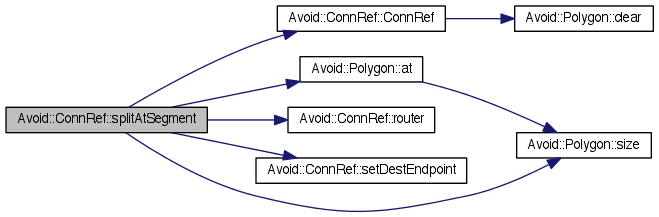
Before: documentation/classAvoid_1_1ConnRef_a372f58a93c0296814de8d4a3075ad5e4_cgraph.png, a diagram exported from Graphviz (mjwybrow/adaptagrams). Its source is kept beside it as documentation/classAvoid_1_1ConnRef_a372f58a93c0296814de8d4a3075ad5e4_cgraph.dot. Its diagram source:
```dot
digraph "Avoid::ConnRef::splitAtSegment"
{
  edge [fontname="Helvetica",fontsize="10",labelfontname="Helvetica",labelfontsize="10"];
  node [fontname="Helvetica",fontsize="10",shape=record];
  rankdir="LR";
  Node1 [label="Avoid::ConnRef::splitAtSegment",height=0.2,width=0.4,color="black", fillcolor="grey75", style="filled" fontcolor="black"];
  Node1 -> Node2 [color="midnightblue",fontsize="10",style="solid",fontname="Helvetica"];
  Node2 [label="Avoid::Polygon::at",height=0.2,width=0.4,color="black", fillcolor="white", style="filled",URL="$classAvoid_1_1Polygon.html#a4980ff614840f746cc539a021128fc96",tooltip="Returns a specific point in the polygon."];
  Node2 -> Node3 [color="midnightblue",fontsize="10",style="solid",fontname="Helvetica"];
  Node3 [label="Avoid::Polygon::size",height=0.2,width=0.4,color="black", fillcolor="white", style="filled",URL="$classAvoid_1_1Polygon.html#a58c011bded47396fb1bbda2c1eeb9552",tooltip="Returns the number of points in this polygon."];
  Node1 -> Node4 [color="midnightblue",fontsize="10",style="solid",fontname="Helvetica"];
  Node4 [label="Avoid::ConnRef::ConnRef",height=0.2,width=0.4,color="black", fillcolor="white", style="filled",URL="$classAvoid_1_1ConnRef.html#a2e08b9bb04ccf383700487932f13c980",tooltip="Constructs a connector with no endpoints specified."];
  Node4 -> Node5 [color="midnightblue",fontsize="10",style="solid",fontname="Helvetica"];
  Node5 [label="Avoid::Polygon::clear",height=0.2,width=0.4,color="black", fillcolor="white", style="filled",URL="$classAvoid_1_1Polygon.html#aae0e8e58b2f358ec3f203a5e6485c660",tooltip="Resets this to the empty polygon."];
  Node1 -> Node6 [color="midnightblue",fontsize="10",style="solid",fontname="Helvetica"];
  Node6 [label="Avoid::ConnRef::router",height=0.2,width=0.4,color="black", fillcolor="white", style="filled",URL="$classAvoid_1_1ConnRef.html#afdf38806b8b56e43300646a7db58443a",tooltip="Returns a pointer to the router scene this connector is in."];
  Node1 -> Node7 [color="midnightblue",fontsize="10",style="solid",fontname="Helvetica"];
  Node7 [label="Avoid::ConnRef::setDestEndpoint",height=0.2,width=0.4,color="black", fillcolor="white", style="filled",URL="$classAvoid_1_1ConnRef.html#a7b216c9aa42811f1f2786adbda84f02e",tooltip="Sets just a new destination endpoint for this connector."];
  Node1 -> Node3 [color="midnightblue",fontsize="10",style="solid",fontname="Helvetica"];
}
```
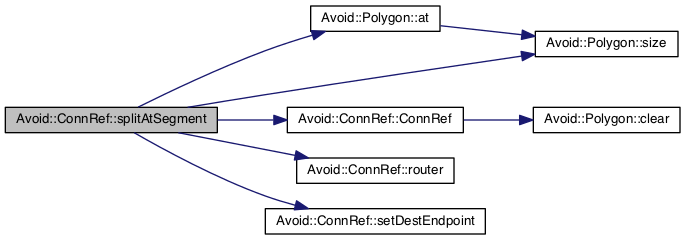
After the change.

What changed in the source:
```diff
@@ -3,18 +3,18 @@
   edge [fontname="Helvetica",fontsize="10",labelfontname="Helvetica",labelfontsize="10"];
   node [fontname="Helvetica",fontsize="10",shape=record];
   rankdir="LR";
-  Node1 [label="Avoid::ConnRef::splitAtSegment",height=0.2,width=0.4,color="black", fillcolor="grey75", style="filled" fontcolor="black"];
+  Node1 [label="Avoid::ConnRef::splitAtSegment",height=0.2,width=0.4,color="black", fillcolor="grey75", style="filled", fontcolor="black"];
   Node1 -> Node2 [color="midnightblue",fontsize="10",style="solid",fontname="Helvetica"];
-  Node2 [label="Avoid::Polygon::at",height=0.2,width=0.4,color="black", fillcolor="white", style="filled",URL="$classAvoid_1_1Polygon.html#a4980ff614840f746cc539a021128fc96",tooltip="Returns a specific point in the polygon."];
+  Node2 [label="Avoid::Polygon::at",height=0.2,width=0.4,color="black", fillcolor="white", style="filled",URL="$classAvoid_1_1Polygon.html#a4980ff614840f746cc539a021128fc96",tooltip="Returns a specific point in the polygon. "];
   Node2 -> Node3 [color="midnightblue",fontsize="10",style="solid",fontname="Helvetica"];
-  Node3 [label="Avoid::Polygon::size",height=0.2,width=0.4,color="black", fillcolor="white", style="filled",URL="$classAvoid_1_1Polygon.html#a58c011bded47396fb1bbda2c1eeb9552",tooltip="Returns the number of points in this polygon."];
+  Node3 [label="Avoid::Polygon::size",height=0.2,width=0.4,color="black", fillcolor="white", style="filled",URL="$classAvoid_1_1Polygon.html#a58c011bded47396fb1bbda2c1eeb9552",tooltip="Returns the number of points in this polygon. "];
   Node1 -> Node4 [color="midnightblue",fontsize="10",style="solid",fontname="Helvetica"];
-  Node4 [label="Avoid::ConnRef::ConnRef",height=0.2,width=0.4,color="black", fillcolor="white", style="filled",URL="$classAvoid_1_1ConnRef.html#a2e08b9bb04ccf383700487932f13c980",tooltip="Constructs a connector with no endpoints specified."];
+  Node4 [label="Avoid::ConnRef::ConnRef",height=0.2,width=0.4,color="black", fillcolor="white", style="filled",URL="$classAvoid_1_1ConnRef.html#a2e08b9bb04ccf383700487932f13c980",tooltip="Constructs a connector with no endpoints specified. "];
   Node4 -> Node5 [color="midnightblue",fontsize="10",style="solid",fontname="Helvetica"];
-  Node5 [label="Avoid::Polygon::clear",height=0.2,width=0.4,color="black", fillcolor="white", style="filled",URL="$classAvoid_1_1Polygon.html#aae0e8e58b2f358ec3f203a5e6485c660",tooltip="Resets this to the empty polygon."];
+  Node5 [label="Avoid::Polygon::clear",height=0.2,width=0.4,color="black", fillcolor="white", style="filled",URL="$classAvoid_1_1Polygon.html#aae0e8e58b2f358ec3f203a5e6485c660",tooltip="Resets this to the empty polygon. "];
   Node1 -> Node6 [color="midnightblue",fontsize="10",style="solid",fontname="Helvetica"];
-  Node6 [label="Avoid::ConnRef::router",height=0.2,width=0.4,color="black", fillcolor="white", style="filled",URL="$classAvoid_1_1ConnRef.html#afdf38806b8b56e43300646a7db58443a",tooltip="Returns a pointer to the router scene this connector is in."];
+  Node6 [label="Avoid::ConnRef::router",height=0.2,width=0.4,color="black", fillcolor="white", style="filled",URL="$classAvoid_1_1ConnRef.html#afdf38806b8b56e43300646a7db58443a",tooltip="Returns a pointer to the router scene this connector is in. "];
   Node1 -> Node7 [color="midnightblue",fontsize="10",style="solid",fontname="Helvetica"];
-  Node7 [label="Avoid::ConnRef::setDestEndpoint",height=0.2,width=0.4,color="black", fillcolor="white", style="filled",URL="$classAvoid_1_1ConnRef.html#a7b216c9aa42811f1f2786adbda84f02e",tooltip="Sets just a new destination endpoint for this connector."];
+  Node7 [label="Avoid::ConnRef::setDestEndpoint",height=0.2,width=0.4,color="black", fillcolor="white", style="filled",URL="$classAvoid_1_1ConnRef.html#a7b216c9aa42811f1f2786adbda84f02e",tooltip="Sets just a new destination endpoint for this connector. "];
   Node1 -> Node3 [color="midnightblue",fontsize="10",style="solid",fontname="Helvetica"];
 }
```
